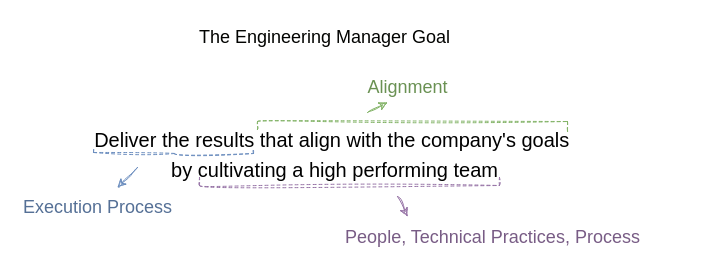
pkritiotis/pkritiotis.github.io keeps this draw.io diagram as page "The Goal" (1 of 5) of assets/diagrams/Engineering-Manager-Goal.drawio. Above is the earlier version. Source tidied: cells renumbered, new cells numbered last; positions are measured from the earlier drawing's top-left corner, leaving out a move shared by most shapes. Both pictures are drawn from the tidied source at 100%, with x=0, y=0 at pixel (17, 17).
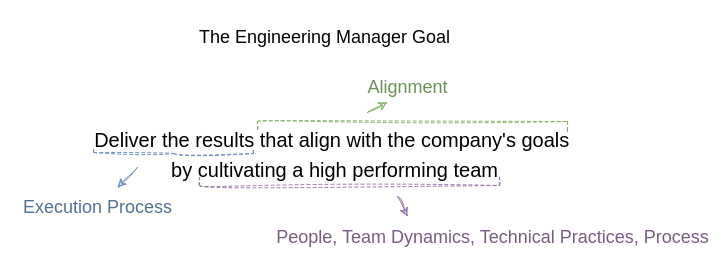
After the change.

Diff of the diagram source:
```diff
@@
-    <mxCell id="11" value="People, Technical Practices, Process" style="text;html=1;align=center;verticalAlign=middle;strokeColor=none;fillColor=none;fontFamily=Kalam;fontSize=18;fontColor=#785C85;fontStyle=0;labelBackgroundColor=none;" parent="1" vertex="1">
-      <mxGeometry x="330" y="200" width="290" height="40" as="geometry" />
+    <mxCell id="11" value="People, Team Dynamics, Technical Practices, Process" style="text;html=1;align=center;verticalAlign=middle;strokeColor=none;fillColor=none;fontFamily=Kalam;fontSize=18;fontColor=#785C85;fontStyle=0;labelBackgroundColor=none;" parent="1" vertex="1">
+      <mxGeometry x="265" y="200" width="420" height="40" as="geometry" />
     </mxCell>
```
